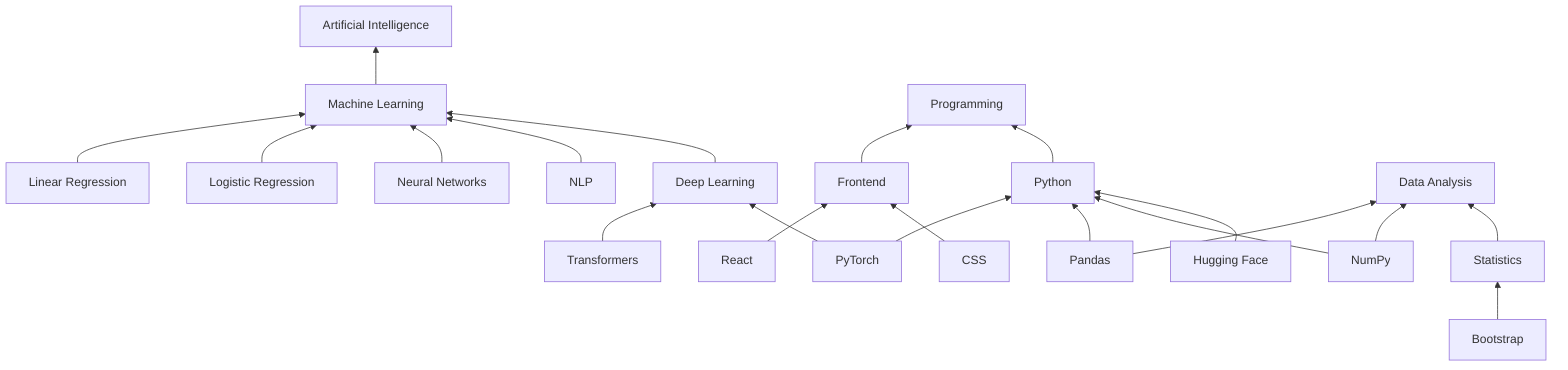
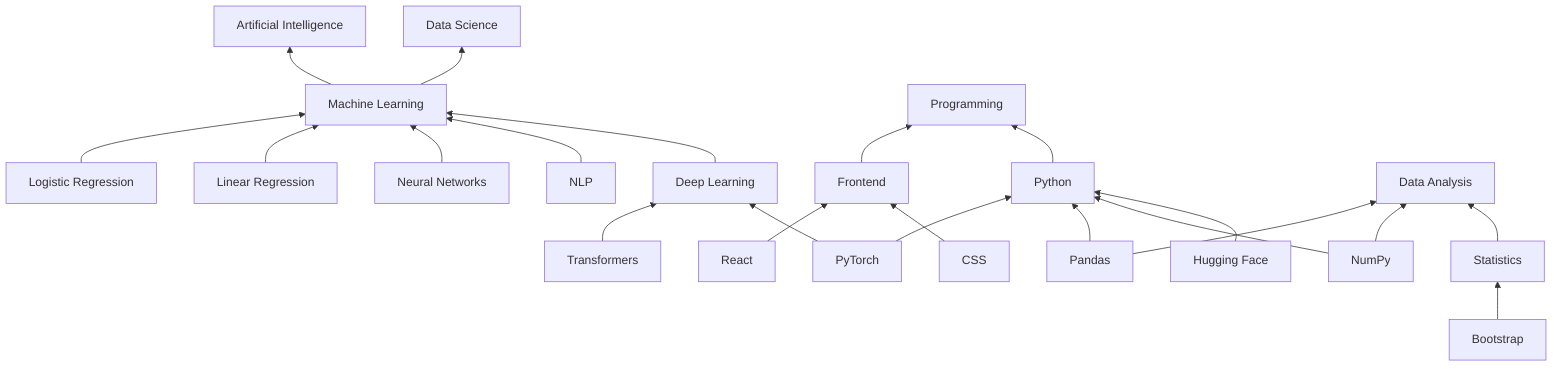
graph BT

    Machine_Learning["Machine Learning"] --> Artificial_Intelligence["Artificial Intelligence"]
+     Machine_Learning["Machine Learning"] --> Data_Science["Data Science"]
+     Logistic_Regression["Logistic Regression"] --> Machine_Learning["Machine Learning"]
    Linear_Regression["Linear Regression"] --> Machine_Learning["Machine Learning"]
-     Logistic_Regression["Logistic Regression"] --> Machine_Learning["Machine Learning"]
    Neural_Networks["Neural Networks"] --> Machine_Learning["Machine Learning"]
    NLP["NLP"] --> Machine_Learning["Machine Learning"]
    Deep_Learning["Deep Learning"] --> Machine_Learning["Machine Learning"]
    Transformers["Transformers"] --> Deep_Learning["Deep Learning"]
    PyTorch["PyTorch"] --> Deep_Learning["Deep Learning"]
    PyTorch["PyTorch"] --> Python["Python"]
    Frontend["Frontend"] --> Programming["Programming"]
    React["React"] --> Frontend["Frontend"]
    CSS["CSS"] --> Frontend["Frontend"]
    Python["Python"] --> Programming["Programming"]
    Pandas["Pandas"] --> Python["Python"]
    Pandas["Pandas"] --> Data_Analysis["Data Analysis"]
    NumPy["NumPy"] --> Python["Python"]
    NumPy["NumPy"] --> Data_Analysis["Data Analysis"]
    Hugging_Face["Hugging Face"] --> Python["Python"]
    Statistics["Statistics"] --> Data_Analysis["Data Analysis"]
    Bootstrap["Bootstrap"] --> Statistics["Statistics"]
